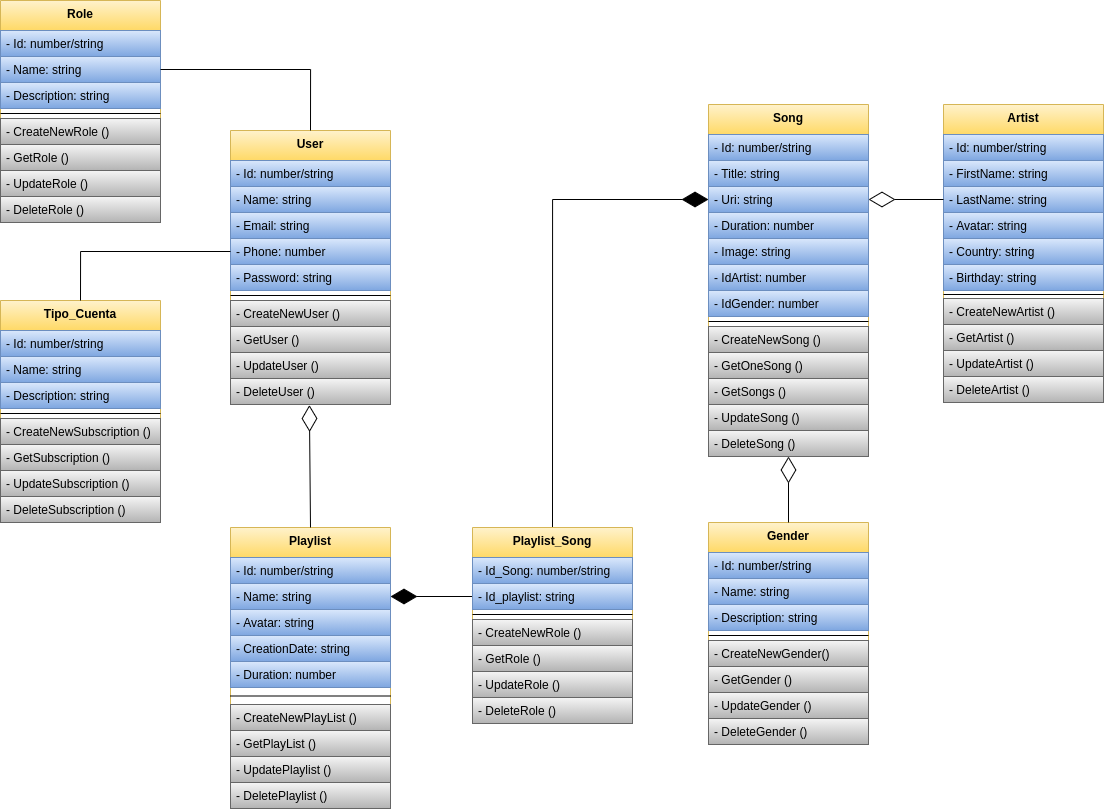
mariotun/spotplay-app keeps this draw.io diagram as assets/DiagramaClases_SpotPlay.png. Above is the earlier version. Source tidied: cells renumbered, new cells last; positions are measured from the earlier drawing's top-left corner, leaving out a move shared by most shapes.
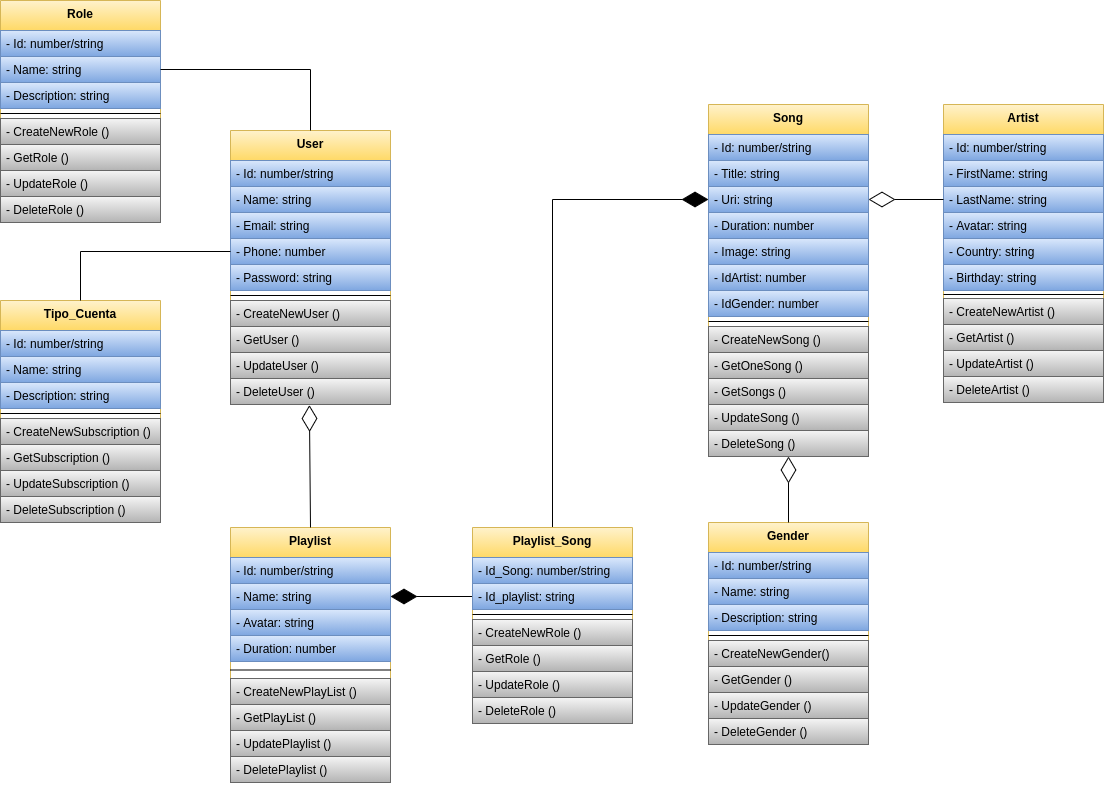
The same file after the commit.

What changed in the source:
```diff
@@ -114,7 +114,7 @@
       <mxGeometry y="272" width="160" height="26" as="geometry" />
     </mxCell>
     <mxCell id="39" value="Playlist" style="swimlane;fontStyle=1;align=center;verticalAlign=top;horizontal=1;startSize=30;rounded=0;shadow=0;glass=0;sketch=0;fillColor=#fff2cc;labelBackgroundColor=none;strokeColor=#d6b656;gradientColor=#ffd966;" parent="1" vertex="1">
-      <mxGeometry x="230" y="527" width="160" height="281" as="geometry" />
+      <mxGeometry x="230" y="527" width="160" height="255" as="geometry" />
     </mxCell>
     <mxCell id="40" value="- Id: number/string" style="text;strokeColor=#6c8ebf;fillColor=#dae8fc;align=left;verticalAlign=top;spacingLeft=4;spacingRight=4;overflow=hidden;rounded=0;shadow=0;glass=0;sketch=0;gradientColor=#7ea6e0;" parent="39" vertex="1">
       <mxGeometry y="30" width="160" height="26" as="geometry" />
@@ -125,26 +125,23 @@
     <mxCell id="42" value="- Avatar: string" style="text;strokeColor=#6c8ebf;fillColor=#dae8fc;align=left;verticalAlign=top;spacingLeft=4;spacingRight=4;overflow=hidden;rounded=0;shadow=0;glass=0;sketch=0;gradientColor=#7ea6e0;" parent="39" vertex="1">
       <mxGeometry y="82" width="160" height="26" as="geometry" />
     </mxCell>
-    <mxCell id="43" value="- CreationDate: string" style="text;strokeColor=#6c8ebf;fillColor=#dae8fc;align=left;verticalAlign=top;spacingLeft=4;spacingRight=4;overflow=hidden;rounded=0;shadow=0;glass=0;sketch=0;gradientColor=#7ea6e0;" parent="39" vertex="1">
-      <mxGeometry y="108" width="160" height="26" as="geometry" />
-    </mxCell>
     <mxCell id="44" value="- Duration: number" style="text;strokeColor=#6c8ebf;fillColor=#dae8fc;align=left;verticalAlign=top;spacingLeft=4;spacingRight=4;overflow=hidden;rounded=0;shadow=0;glass=0;sketch=0;gradientColor=#7ea6e0;" parent="39" vertex="1">
-      <mxGeometry y="134" width="160" height="26" as="geometry" />
+      <mxGeometry y="108" width="160" height="26" as="geometry" />
     </mxCell>
     <mxCell id="45" style="line;strokeWidth=1;fillColor=none;align=left;verticalAlign=middle;spacingTop=-1;spacingLeft=3;spacingRight=3;labelPosition=right;rounded=0;shadow=0;glass=0;sketch=0;" parent="39" vertex="1">
-      <mxGeometry y="160" width="160" height="17" as="geometry" />
+      <mxGeometry y="134" width="160" height="17" as="geometry" />
     </mxCell>
     <mxCell id="46" value="- CreateNewPlayList ()" style="text;strokeColor=#666666;fillColor=#f5f5f5;align=left;verticalAlign=top;spacingLeft=4;spacingRight=4;overflow=hidden;rounded=0;shadow=0;glass=0;sketch=0;gradientColor=#b3b3b3;" parent="39" vertex="1">
-      <mxGeometry y="177" width="160" height="26" as="geometry" />
+      <mxGeometry y="151" width="160" height="26" as="geometry" />
     </mxCell>
     <mxCell id="47" value="- GetPlayList ()" style="text;strokeColor=#666666;fillColor=#f5f5f5;align=left;verticalAlign=top;spacingLeft=4;spacingRight=4;overflow=hidden;rounded=0;shadow=0;glass=0;sketch=0;gradientColor=#b3b3b3;" parent="39" vertex="1">
-      <mxGeometry y="203" width="160" height="26" as="geometry" />
+      <mxGeometry y="177" width="160" height="26" as="geometry" />
     </mxCell>
     <mxCell id="48" value="- UpdatePlaylist ()" style="text;strokeColor=#666666;fillColor=#f5f5f5;align=left;verticalAlign=top;spacingLeft=4;spacingRight=4;overflow=hidden;rounded=0;shadow=0;glass=0;sketch=0;gradientColor=#b3b3b3;" parent="39" vertex="1">
-      <mxGeometry y="229" width="160" height="26" as="geometry" />
+      <mxGeometry y="203" width="160" height="26" as="geometry" />
     </mxCell>
     <mxCell id="49" value="- DeletePlaylist ()" style="text;strokeColor=#666666;fillColor=#f5f5f5;align=left;verticalAlign=top;spacingLeft=4;spacingRight=4;overflow=hidden;rounded=0;shadow=0;glass=0;sketch=0;gradientColor=#b3b3b3;" parent="39" vertex="1">
-      <mxGeometry y="255" width="160" height="26" as="geometry" />
+      <mxGeometry y="229" width="160" height="26" as="geometry" />
     </mxCell>
     <mxCell id="50" value="Gender" style="swimlane;fontStyle=1;align=center;verticalAlign=top;horizontal=1;startSize=30;rounded=0;shadow=0;glass=0;sketch=0;fillColor=#fff2cc;labelBackgroundColor=none;strokeColor=#d6b656;gradientColor=#ffd966;" parent="1" vertex="1">
       <mxGeometry x="708" y="522" width="160" height="222" as="geometry" />
```
